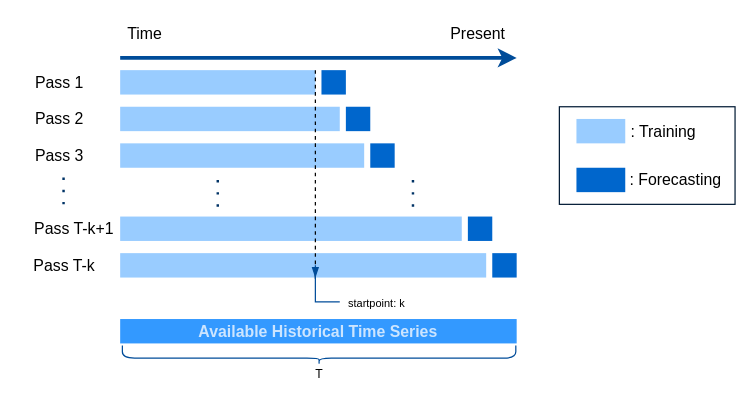
Before: Untitled Diagram.drawio in katherinewangqw/Honor_Thesis_Quantile_Regression, a draw.io diagram. Source tidied: cells renumbered, new cells numbered last; positions are measured from the earlier drawing's top-left corner, leaving out a move shared by most shapes. Both pictures are drawn from the tidied source at 122%, with x=0, y=0 at pixel (21, 21).
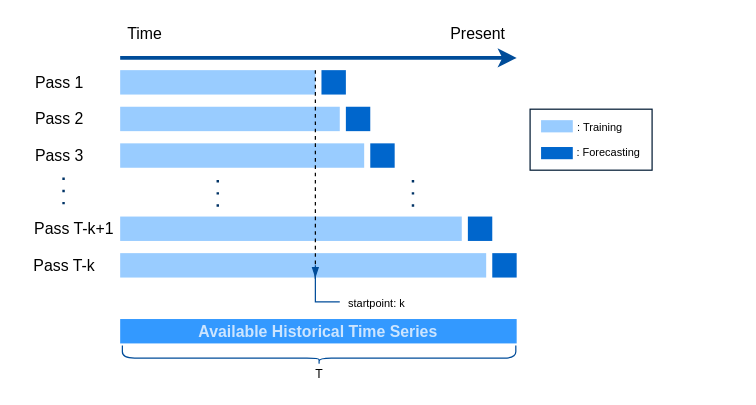
After the change.

Diff of the diagram source:
```diff
@@
-    <mxCell id="14" value=": Training" style="text;html=1;align=center;verticalAlign=middle;strokeColor=none;fillColor=none;fontFamily=Helvetica;fontSize=13;" parent="1" vertex="1">
-      <mxGeometry x="491" y="80" width="70" height="20" as="geometry" />
+    <mxCell id="14" value="&lt;font style=&quot;font-size: 9px&quot;&gt;: Training&lt;/font&gt;" style="text;html=1;align=center;verticalAlign=middle;strokeColor=none;fillColor=none;fontFamily=Helvetica;fontSize=13;" parent="1" vertex="1">
+      <mxGeometry x="449" y="75" width="50" height="20" as="geometry" />
     </mxCell>
     <mxCell id="15" style="rounded=0;whiteSpace=wrap;html=1;fillColor=#99CCFF;strokeColor=none;" parent="1" vertex="1">
-      <mxGeometry x="455" y="80" width="40" height="20" as="geometry" />
+      <mxGeometry x="426" y="81" width="26" height="10" as="geometry" />
     </mxCell>
-    <mxCell id="16" value=": Forecasting" style="text;html=1;align=center;verticalAlign=middle;strokeColor=none;fillColor=none;fontFamily=Helvetica;fontSize=13;" parent="1" vertex="1">
-      <mxGeometry x="491" y="120" width="90" height="20" as="geometry" />
+    <mxCell id="16" value="&lt;font style=&quot;font-size: 9px&quot;&gt;: Forecasting&lt;/font&gt;" style="text;html=1;align=center;verticalAlign=middle;strokeColor=none;fillColor=none;fontFamily=Helvetica;fontSize=13;" parent="1" vertex="1">
+      <mxGeometry x="446" y="96.1" width="70" height="20" as="geometry" />
     </mxCell>
     <mxCell id="17" style="rounded=0;whiteSpace=wrap;html=1;fillColor=#0066CC;strokeColor=none;" parent="1" vertex="1">
-      <mxGeometry x="455" y="120" width="40" height="20" as="geometry" />
+      <mxGeometry x="426" y="103" width="26" height="10" as="geometry" />
     </mxCell>
@@
     <mxCell id="33" style="rounded=0;whiteSpace=wrap;html=1;fontFamily=Helvetica;fontSize=10;fontColor=#CCE5FF;strokeColor=#001933;fillColor=none;" parent="1" vertex="1">
-      <mxGeometry x="441" y="70" width="144" height="80" as="geometry" />
+      <mxGeometry x="417" y="72" width="100" height="50" as="geometry" />
     </mxCell>
```
